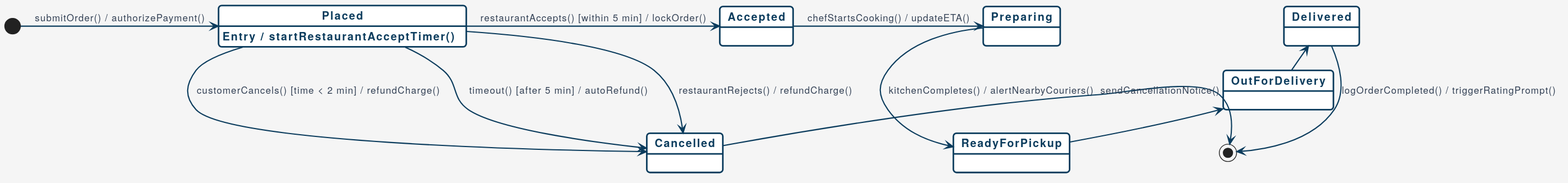
Before: SE/img/ch04/food_delivery/food_delivery_state.svg, a diagram exported from PlantUML (nlhsueh/teach).
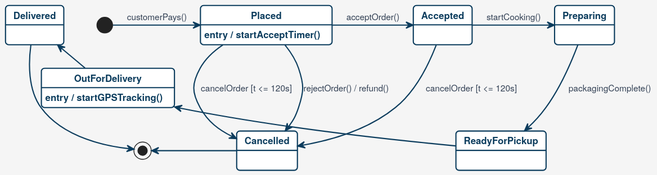
The same diagram one commit later.

Change to the diagram source:
```diff
@@ -7,9 +7,9 @@
 skinparam state {
   BackgroundColor #ffffff
   BorderColor #0b3c5d
-  BorderThickness 2
+  BorderThickness 1.5
   FontColor #0b3c5d
-  FontSize 14
+  FontSize 12
   FontStyle bold
   StartColor #0b3c5d
   EndColor #0b3c5d
@@ -18,27 +18,29 @@
 skinparam arrow {
   Color #0b3c5d
   FontColor #334155
-  FontSize 12
+  FontSize 11
   Thickness 1.5
 }
 
-[*] -right-> Placed : submitOrder() / authorizePayment()
+[*] -right-> Placed : customerPays()
 
 state Placed {
-  Placed : Entry / startRestaurantAcceptTimer()
+  Placed : entry / startAcceptTimer()
 }
 
-Placed -right-> Accepted : restaurantAccepts() [within 5 min] / lockOrder()
-Placed -down-> Cancelled : restaurantRejects() / refundCharge()
-Placed -down-> Cancelled : customerCancels() [time < 2 min] / refundCharge()
-Placed -down-> Cancelled : timeout() [after 5 min] / autoRefund()
+state OutForDelivery {
+  OutForDelivery : entry / startGPSTracking()
+}
 
-Accepted -right-> Preparing : chefStartsCooking() / updateETA()
-Preparing -down-> ReadyForPickup : kitchenCompletes() / alertNearbyCouriers()
+Placed -right-> Accepted : acceptOrder()
+Accepted -right-> Preparing : startCooking()
+Preparing -down-> ReadyForPickup : packagingComplete()
+ReadyForPickup -left-> OutForDelivery : courierPickedUp()
+OutForDelivery -left-> Delivered : confirmDropoff()
+Delivered -down-> [*]
 
-ReadyForPickup -left-> OutForDelivery : courierScansPickup() / startLiveGPSTracking()
-OutForDelivery -left-> Delivered : courierConfirmsDropoff() / captureDeliveryPhoto()
-Delivered -down-> [*] : logOrderCompleted() / triggerRatingPrompt()
-
-Cancelled -right-> [*] : sendCancellationNotice()
+Placed -down-> Cancelled : rejectOrder() / refund()
+Placed -down-> Cancelled : cancelOrder [t <= 120s]
+Accepted -down-> Cancelled : cancelOrder [t <= 120s]
+Cancelled -left-> [*]
 @enduml
```
